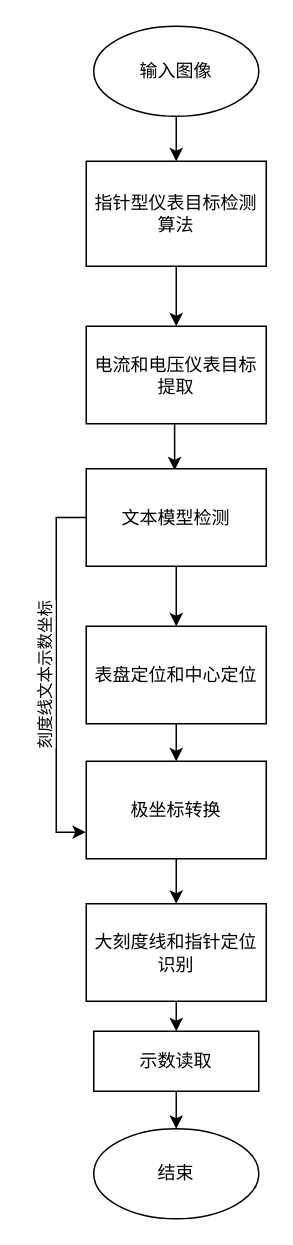
Before: 指针表识别算法结构m.drawio in paleblackless/diagrams, a draw.io diagram. Source tidied: cells renumbered, new cells numbered last; positions are measured from the earlier drawing's top-left corner, leaving out a move shared by most shapes. Both pictures are drawn from the tidied source at 150%, with x=0, y=0 at pixel (86, 26).
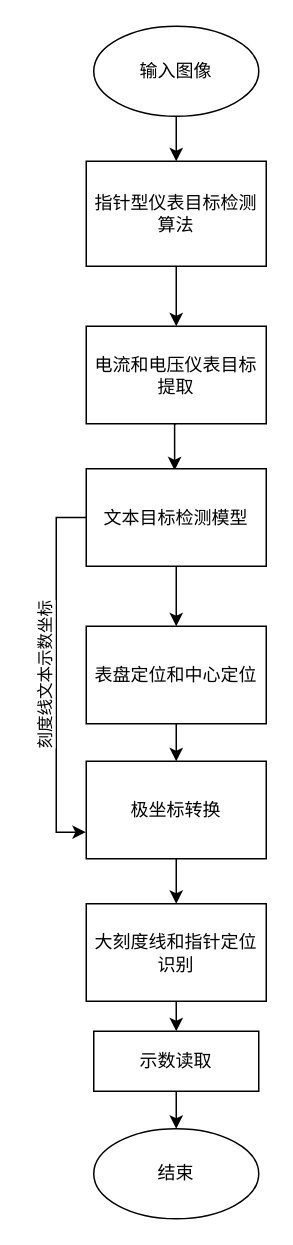
After the change.

Commit message (it also covers changes not shown here):
Update 指针表识别算法结构m.drawio

Change to the diagram source:
```diff
@@
-    <mxCell id="11" value="文本模型检测" style="rounded=0;whiteSpace=wrap;html=1;" parent="1" vertex="1">
+    <mxCell id="11" value="文本目标检测模型" style="rounded=0;whiteSpace=wrap;html=1;" parent="1" vertex="1">
       <mxGeometry y="295" width="120" height="65" as="geometry" />
     </mxCell>
```
